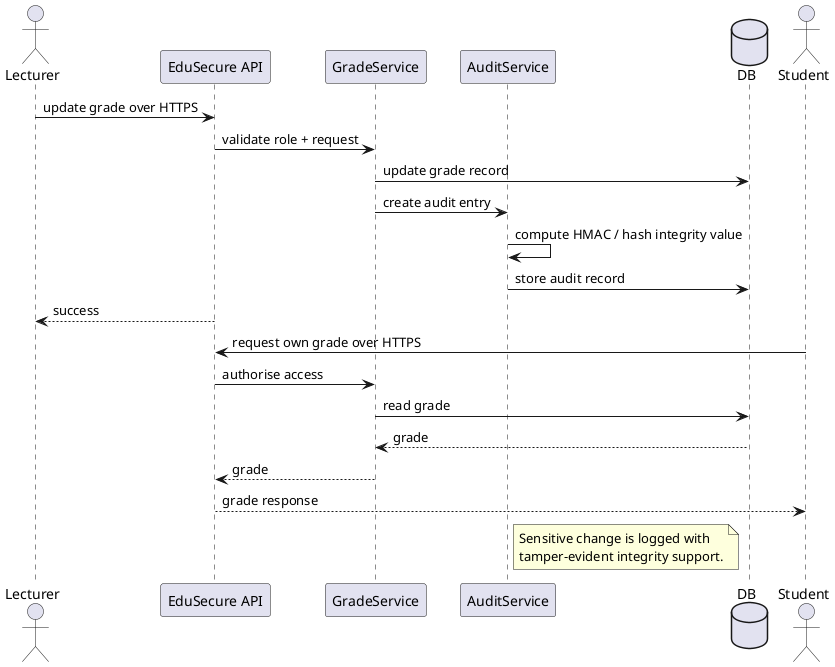
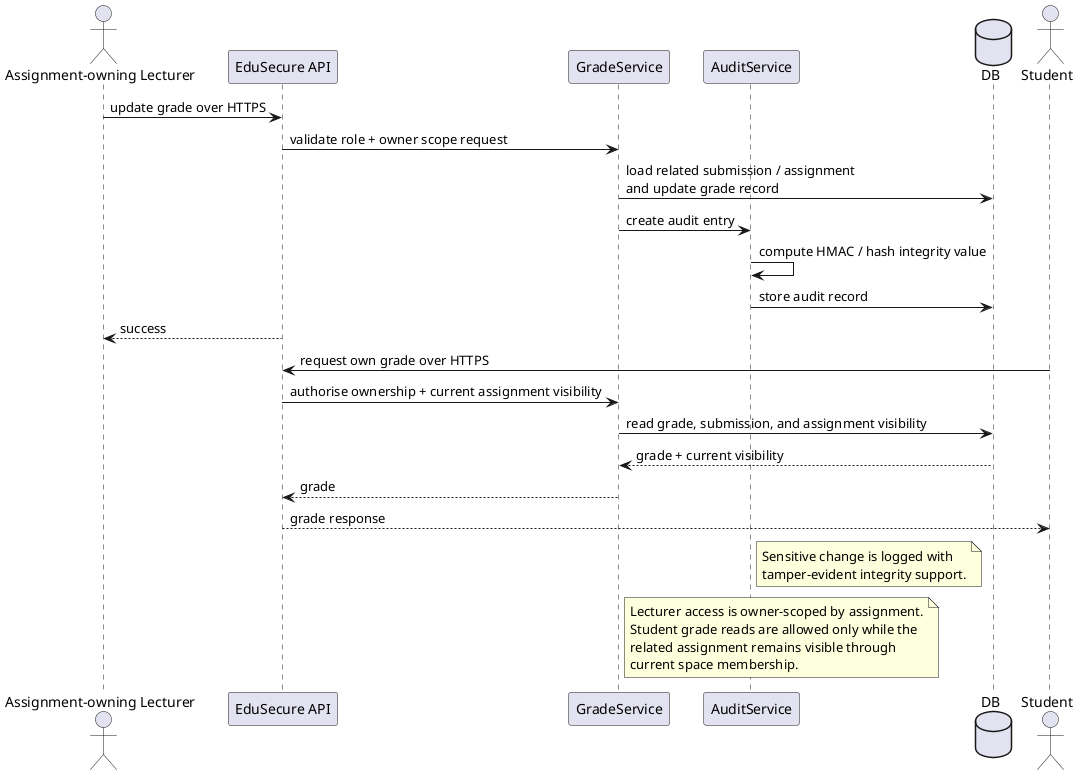
@startuml
- actor Lecturer
+ actor "Assignment-owning Lecturer" as Lecturer
participant "EduSecure API" as API
participant "GradeService" as GradeService
participant "AuditService" as Audit
database DB
actor Student

- Lecturer -> API : update grade over HTTPS
- API -> GradeService : validate role + request
- GradeService -> DB : update grade record
+  Lecturer -> API : update grade over HTTPS
+  API -> GradeService : validate role + owner scope request
+  GradeService -> DB : load related submission / assignment\nand update grade record
GradeService -> Audit : create audit entry
Audit -> Audit : compute HMAC / hash integrity value
Audit -> DB : store audit record
API --> Lecturer : success
- Student -> API : request own grade over HTTPS
- API -> GradeService : authorise access
- GradeService -> DB : read grade
- DB --> GradeService : grade
+  Student -> API : request own grade over HTTPS
+  API -> GradeService : authorise ownership + current assignment visibility
+  GradeService -> DB : read grade, submission, and assignment visibility
+  DB --> GradeService : grade + current visibility
GradeService --> API : grade
API --> Student : grade response

note right of Audit
Sensitive change is logged with
tamper-evident integrity support.
end note
+ 
+ note right of GradeService
+ Lecturer access is owner-scoped by assignment.
+ Student grade reads are allowed only while the
+ related assignment remains visible through
+ current space membership.
+ end note
@enduml

